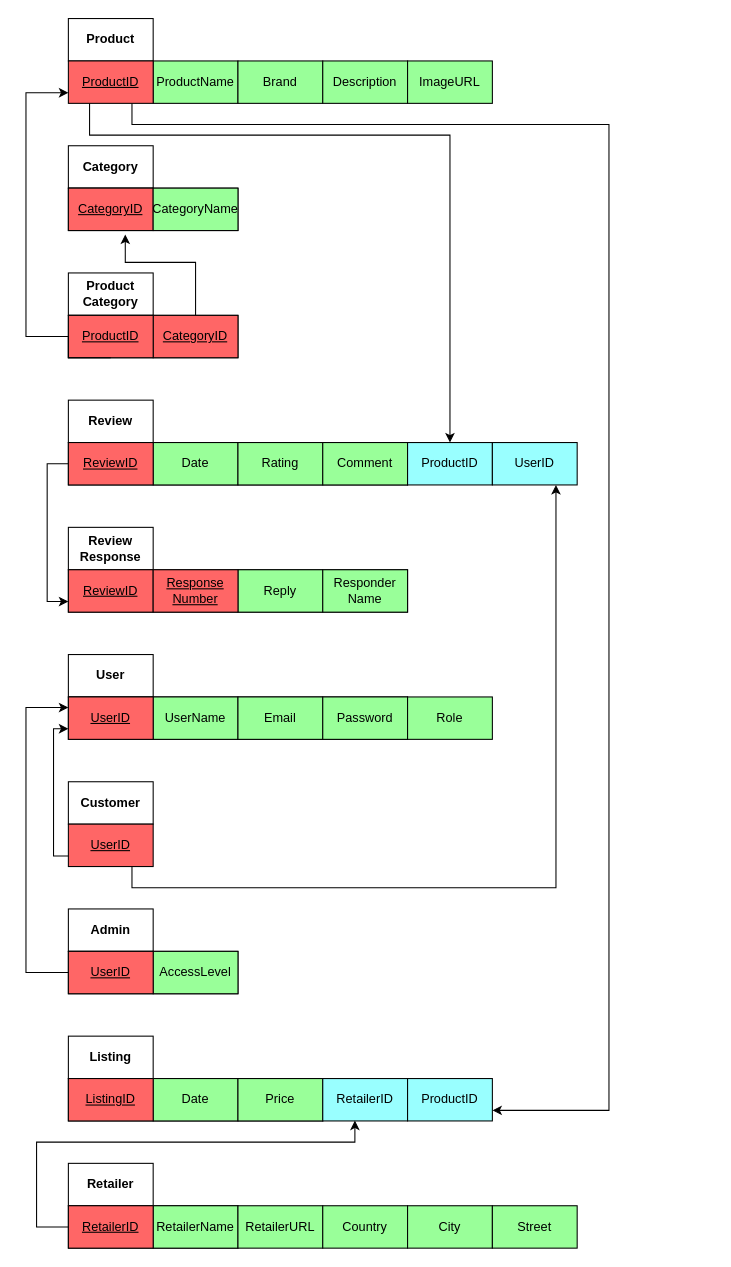
This is Final Relational Model.drawio from HamdaanMirza/Procrastinators, a draw.io file, before an edit. Source tidied: cells renumbered, new cells numbered last; positions are measured from the earlier drawing's top-left corner, leaving out a move shared by most shapes. Both pictures are drawn from the tidied source at 106%, with x=0, y=0 at pixel (25, 18).
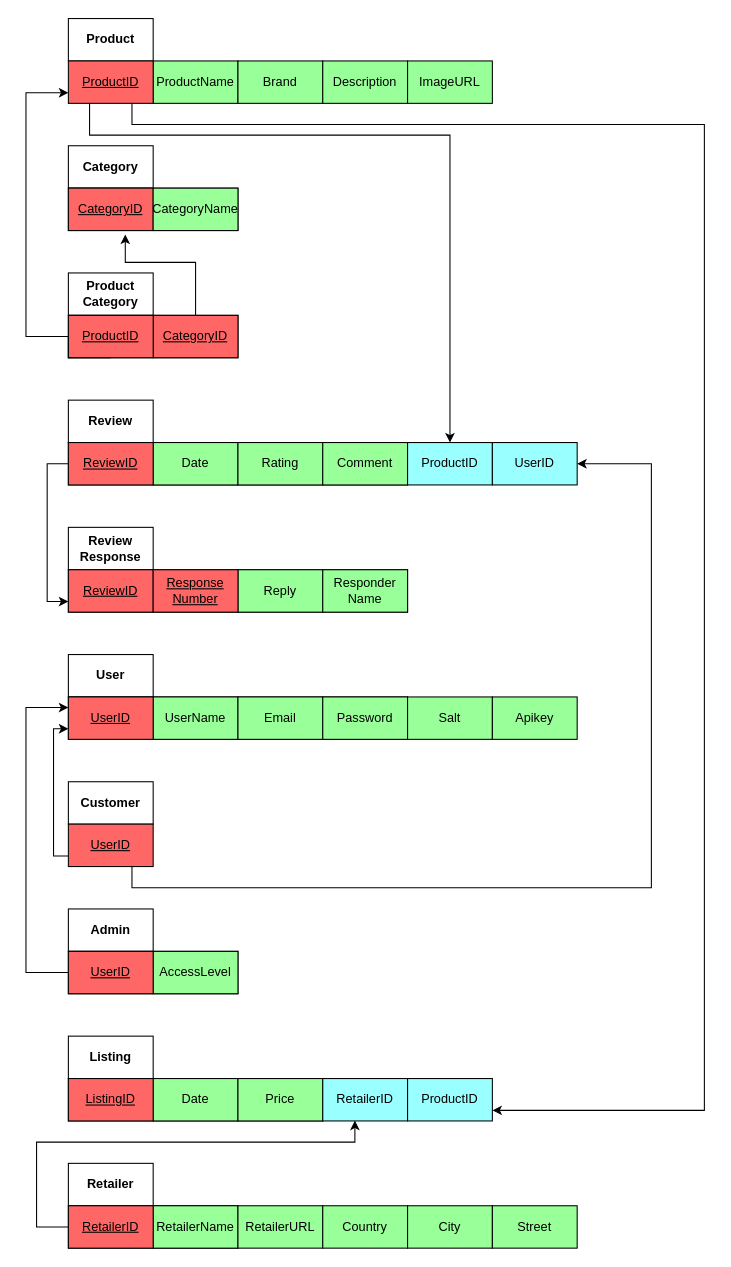
The same diagram, later.

Commit message:
Fixed Mapping of User

Unchanged cells that the change refers to:
```xml
<mxCell id="6" value="&lt;u&gt;ProductID&lt;/u&gt;" style="rounded=0;whiteSpace=wrap;html=1;fillColor=light-dark(#FF6666,#000000);" parent="1" vertex="1">
  <mxGeometry x="40" y="40" width="80" height="40" as="geometry" />
</mxCell>
<mxCell id="50" value="ProductID" style="rounded=0;whiteSpace=wrap;html=1;fillColor=light-dark(#99FFFF,#000000);" parent="1" vertex="1">
  <mxGeometry x="360" y="1000" width="80" height="40" as="geometry" />
</mxCell>
<mxCell id="58" value="&lt;u&gt;UserID&lt;/u&gt;" style="rounded=0;whiteSpace=wrap;html=1;fillColor=light-dark(#FF6666,#000000);" parent="1" vertex="1">
  <mxGeometry x="40" y="760" width="80" height="40" as="geometry" />
</mxCell>
<mxCell id="65" value="UserID" style="rounded=0;whiteSpace=wrap;html=1;fillColor=light-dark(#99FFFF,#000000);" parent="1" vertex="1">
  <mxGeometry x="440" y="400" width="80" height="40" as="geometry" />
</mxCell>
```

What changed in the source:
```diff
@@
     <mxCell id="5" style="edgeStyle=orthogonalEdgeStyle;rounded=0;jettySize=auto;html=1;exitX=0.75;exitY=1;exitDx=0;exitDy=0;entryX=1;entryY=0.75;entryDx=0;entryDy=0;" parent="1" edge="1" source="6" target="50">
       <mxGeometry relative="1" as="geometry">
         <Array as="points">
           <mxPoint x="100" y="100" />
-          <mxPoint x="550" y="100" />
-          <mxPoint x="550" y="1030" />
+          <mxPoint x="640" y="100" />
+          <mxPoint x="640" y="1030" />
         </Array>
       </mxGeometry>
     </mxCell>
@@
-    <mxCell id="37" value="Role" style="rounded=0;whiteSpace=wrap;html=1;fillColor=light-dark(#99FF99,#000000);" parent="1" vertex="1">
+    <mxCell id="37" value="Salt" style="rounded=0;whiteSpace=wrap;html=1;fillColor=light-dark(#99FF99,#000000);" parent="1" vertex="1">
       <mxGeometry x="360" y="640" width="80" height="40" as="geometry" />
     </mxCell>
@@
-    <mxCell id="66" style="edgeStyle=orthogonalEdgeStyle;rounded=0;jettySize=auto;html=1;exitX=0.75;exitY=1;exitDx=0;exitDy=0;entryX=0.75;entryY=1;entryDx=0;entryDy=0;" parent="1" edge="1" source="58" target="65">
+    <mxCell id="66" style="edgeStyle=orthogonalEdgeStyle;rounded=0;jettySize=auto;html=1;exitX=0.75;exitY=1;exitDx=0;exitDy=0;" parent="1" edge="1" source="58" target="65">
       <mxGeometry relative="1" as="geometry">
         <Array as="points">
           <mxPoint x="100" y="820" />
-          <mxPoint x="500" y="820" />
+          <mxPoint x="590" y="820" />
+          <mxPoint x="590" y="420" />
         </Array>
       </mxGeometry>
     </mxCell>
+    <mxCell id="67" value="Apikey" style="rounded=0;whiteSpace=wrap;html=1;fillColor=light-dark(#99FF99,#000000);" parent="1" vertex="1">
+      <mxGeometry x="440" y="640" width="80" height="40" as="geometry" />
+    </mxCell>
```
